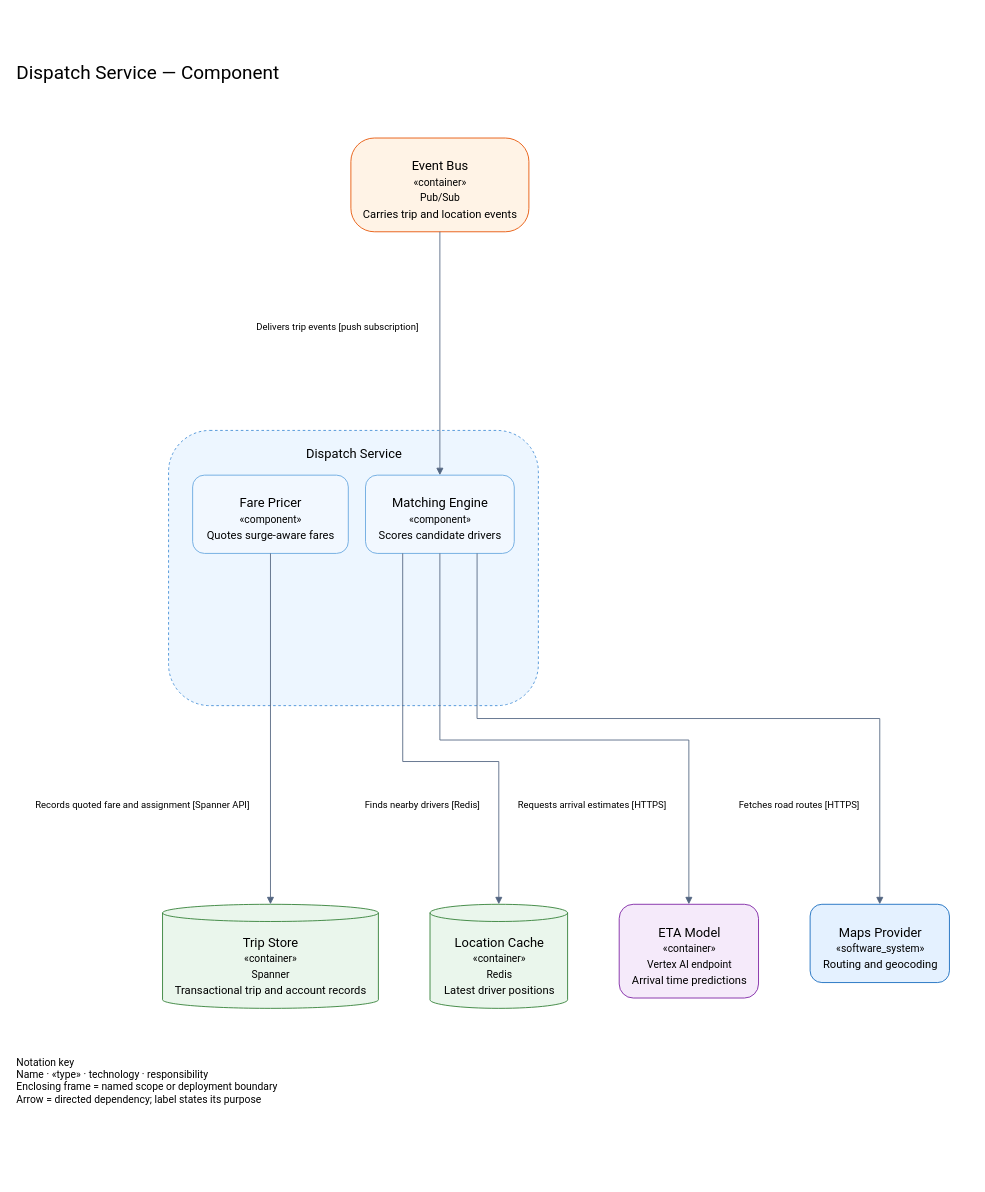
Before: examples/gcp-suite/c4-gcp/03-components/component-dispatch-service.drawio in tyler59simon/architecture-suite-plugin, a draw.io diagram. Source tidied: cells renumbered, new cells numbered last; positions are measured from the earlier drawing's top-left corner, leaving out a move shared by most shapes. Both pictures are drawn from the tidied source at 86%, with x=0, y=0 at pixel (15, 56). Pictures stored in the file or linked from it are replaced by grey dashed boxes.
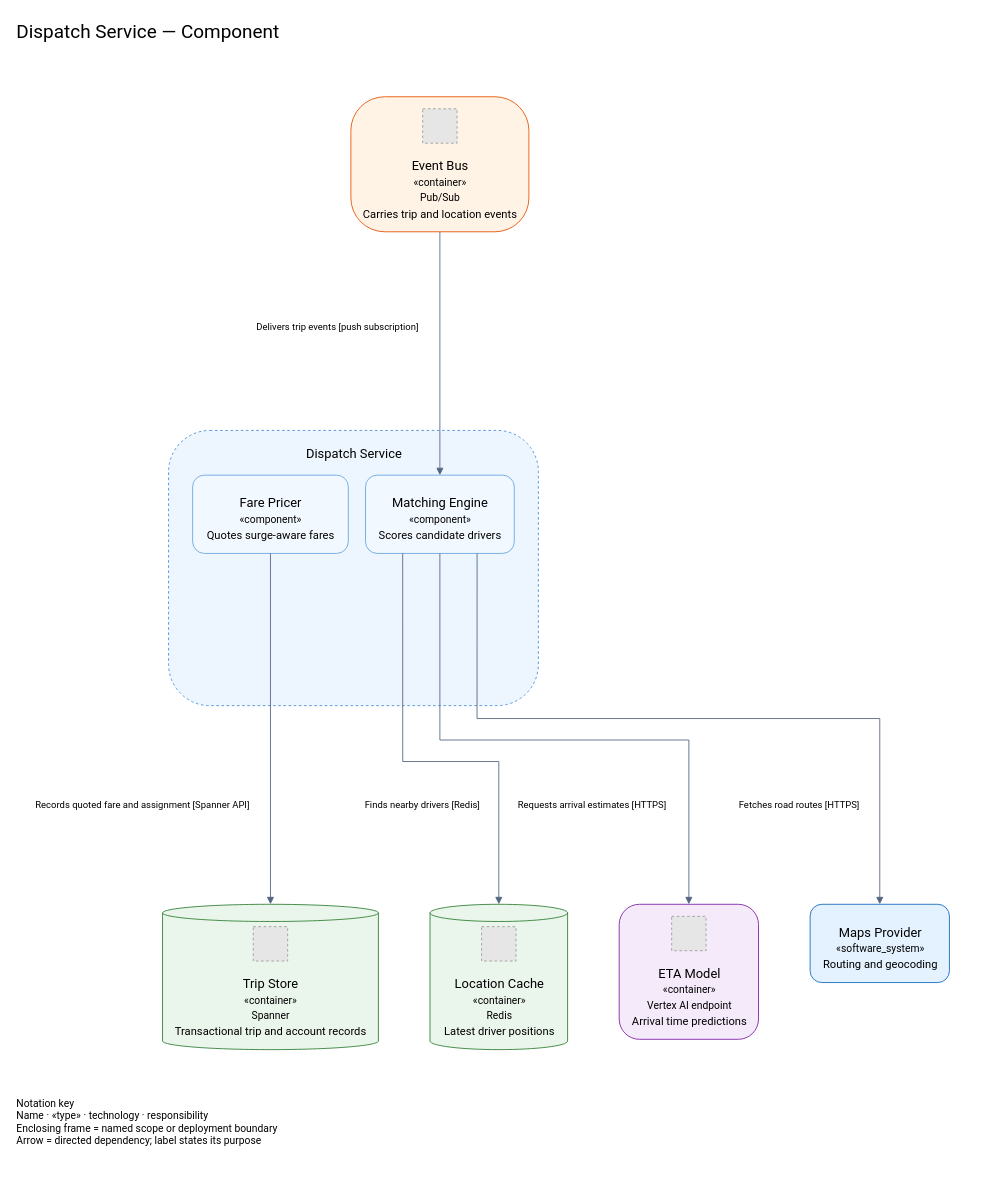
The same diagram, later.

The edit, as a diff of the source:
```diff
@@
     <mxCell id="2" value="Dispatch Service — Component" style="text;html=1;fontSize=22;align=left;fontFamily=Roboto;" parent="1" vertex="1">
-      <mxGeometry width="1110.5" height="55" as="geometry" />
+      <mxGeometry y="-48" width="1110.5" height="55" as="geometry" />
     </mxCell>
@@
     <mxCell id="7" style="rounded=1;arcSize=25;fillColor=#fff3e6;strokeColor=#e65100;dashed=0;" parent="1" vertex="1">
-      <mxGeometry x="390.5" y="95" width="207" height="109" as="geometry" />
+      <mxGeometry x="390.5" y="47" width="207" height="157" as="geometry" />
     </mxCell>
     <mxCell id="8" value="Event Bus" style="text;html=1;align=center;fontSize=15;fontFamily=Roboto;spacing=0;" parent="7" vertex="1">
-      <mxGeometry y="19" width="207" height="22" as="geometry" />
+      <mxGeometry y="67" width="207" height="22" as="geometry" />
     </mxCell>
     <mxCell id="9" value="«container»" style="text;html=1;align=center;fontSize=12;fontFamily=Roboto;spacing=0;" parent="7" vertex="1">
-      <mxGeometry y="40" width="207" height="18" as="geometry" />
+      <mxGeometry y="88" width="207" height="18" as="geometry" />
     </mxCell>
     <mxCell id="10" value="Pub/Sub" style="text;html=1;align=center;fontSize=12;fontFamily=Roboto;spacing=0;" parent="7" vertex="1">
-      <mxGeometry y="58" width="207" height="18" as="geometry" />
+      <mxGeometry y="106" width="207" height="18" as="geometry" />
     </mxCell>
     <mxCell id="11" value="Carries trip and location events" style="text;html=1;align=center;fontSize=13;fontFamily=Roboto;spacing=0;" parent="7" vertex="1">
-      <mxGeometry y="76" width="207" height="19" as="geometry" />
+      <mxGeometry y="124" width="207" height="19" as="geometry" />
     </mxCell>
+    <mxCell id="48" style="fillColor=#E6E6E6;strokeColor=#999999;dashed=1;" parent="7" vertex="1">
+      <mxGeometry x="83.5" y="14" width="40" height="40" as="geometry" />
+    </mxCell>
     <mxCell id="12" style="shape=cylinder3;boundedLbl=1;backgroundOutline=1;size=10;fillColor=#eaf6ec;strokeColor=#2e7d32;dashed=0;" parent="1" vertex="1">
-      <mxGeometry x="171.5" y="986" width="251" height="121" as="geometry" />
+      <mxGeometry x="171.5" y="986" width="251" height="169" as="geometry" />
     </mxCell>
     <mxCell id="13" value="Trip Store" style="text;html=1;align=center;fontSize=15;fontFamily=Roboto;spacing=0;" parent="12" vertex="1">
-      <mxGeometry y="31" width="251" height="22" as="geometry" />
+      <mxGeometry y="79" width="251" height="22" as="geometry" />
     </mxCell>
     <mxCell id="14" value="«container»" style="text;html=1;align=center;fontSize=12;fontFamily=Roboto;spacing=0;" parent="12" vertex="1">
-      <mxGeometry y="52" width="251" height="18" as="geometry" />
+      <mxGeometry y="100" width="251" height="18" as="geometry" />
     </mxCell>
     <mxCell id="15" value="Spanner" style="text;html=1;align=center;fontSize=12;fontFamily=Roboto;spacing=0;" parent="12" vertex="1">
-      <mxGeometry y="70" width="251" height="18" as="geometry" />
+      <mxGeometry y="118" width="251" height="18" as="geometry" />
     </mxCell>
     <mxCell id="16" value="Transactional trip and account records" style="text;html=1;align=center;fontSize=13;fontFamily=Roboto;spacing=0;" parent="12" vertex="1">
-      <mxGeometry y="88" width="251" height="19" as="geometry" />
+      <mxGeometry y="136" width="251" height="19" as="geometry" />
     </mxCell>
+    <mxCell id="49" style="fillColor=#E6E6E6;strokeColor=#999999;dashed=1;" parent="12" vertex="1">
+      <mxGeometry x="105.5" y="26" width="40" height="40" as="geometry" />
+    </mxCell>
     <mxCell id="17" style="shape=cylinder3;boundedLbl=1;backgroundOutline=1;size=10;fillColor=#eaf6ec;strokeColor=#2e7d32;dashed=0;" parent="1" vertex="1">
-      <mxGeometry x="482.5" y="986" width="160" height="121" as="geometry" />
+      <mxGeometry x="482.5" y="986" width="160" height="169" as="geometry" />
     </mxCell>
     <mxCell id="18" value="Location Cache" style="text;html=1;align=center;fontSize=15;fontFamily=Roboto;spacing=0;" parent="17" vertex="1">
-      <mxGeometry y="31" width="160" height="22" as="geometry" />
+      <mxGeometry y="79" width="160" height="22" as="geometry" />
     </mxCell>
     <mxCell id="19" value="«container»" style="text;html=1;align=center;fontSize=12;fontFamily=Roboto;spacing=0;" parent="17" vertex="1">
-      <mxGeometry y="52" width="160" height="18" as="geometry" />
+      <mxGeometry y="100" width="160" height="18" as="geometry" />
     </mxCell>
     <mxCell id="20" value="Redis" style="text;html=1;align=center;fontSize=12;fontFamily=Roboto;spacing=0;" parent="17" vertex="1">
-      <mxGeometry y="70" width="160" height="18" as="geometry" />
+      <mxGeometry y="118" width="160" height="18" as="geometry" />
     </mxCell>
     <mxCell id="21" value="Latest driver positions" style="text;html=1;align=center;fontSize=13;fontFamily=Roboto;spacing=0;" parent="17" vertex="1">
-      <mxGeometry y="88" width="160" height="19" as="geometry" />
+      <mxGeometry y="136" width="160" height="19" as="geometry" />
     </mxCell>
+    <mxCell id="50" style="fillColor=#E6E6E6;strokeColor=#999999;dashed=1;" parent="17" vertex="1">
+      <mxGeometry x="60" y="26" width="40" height="40" as="geometry" />
+    </mxCell>
     <mxCell id="22" style="rounded=1;fillColor=#f5eafa;strokeColor=#7b1fa2;dashed=0;" parent="1" vertex="1">
-      <mxGeometry x="702.5" y="986" width="162" height="109" as="geometry" />
+      <mxGeometry x="702.5" y="986" width="162" height="157" as="geometry" />
     </mxCell>
     <mxCell id="23" value="ETA Model" style="text;html=1;align=center;fontSize=15;fontFamily=Roboto;spacing=0;" parent="22" vertex="1">
-      <mxGeometry y="19" width="162" height="22" as="geometry" />
+      <mxGeometry y="67" width="162" height="22" as="geometry" />
     </mxCell>
     <mxCell id="24" value="«container»" style="text;html=1;align=center;fontSize=12;fontFamily=Roboto;spacing=0;" parent="22" vertex="1">
-      <mxGeometry y="40" width="162" height="18" as="geometry" />
+      <mxGeometry y="88" width="162" height="18" as="geometry" />
     </mxCell>
     <mxCell id="25" value="Vertex AI endpoint" style="text;html=1;align=center;fontSize=12;fontFamily=Roboto;spacing=0;" parent="22" vertex="1">
-      <mxGeometry y="58" width="162" height="18" as="geometry" />
+      <mxGeometry y="106" width="162" height="18" as="geometry" />
     </mxCell>
     <mxCell id="26" value="Arrival time predictions" style="text;html=1;align=center;fontSize=13;fontFamily=Roboto;spacing=0;" parent="22" vertex="1">
-      <mxGeometry y="76" width="162" height="19" as="geometry" />
+      <mxGeometry y="124" width="162" height="19" as="geometry" />
     </mxCell>
+    <mxCell id="51" style="fillColor=#E6E6E6;strokeColor=#999999;dashed=1;" parent="22" vertex="1">
+      <mxGeometry x="61" y="14" width="40" height="40" as="geometry" />
+    </mxCell>
@@
     <mxCell id="47" value="Notation key&lt;br&gt;Name · «type» · technology · responsibility&lt;br&gt;Enclosing frame = named scope or deployment boundary&lt;br&gt;Arrow = directed dependency; label states its purpose" style="text;html=1;align=left;fontSize=12;fontFamily=Roboto;" parent="1" vertex="1">
-      <mxGeometry y="1156" width="560" height="100" as="geometry" />
+      <mxGeometry y="1204" width="560" height="100" as="geometry" />
     </mxCell>
```
